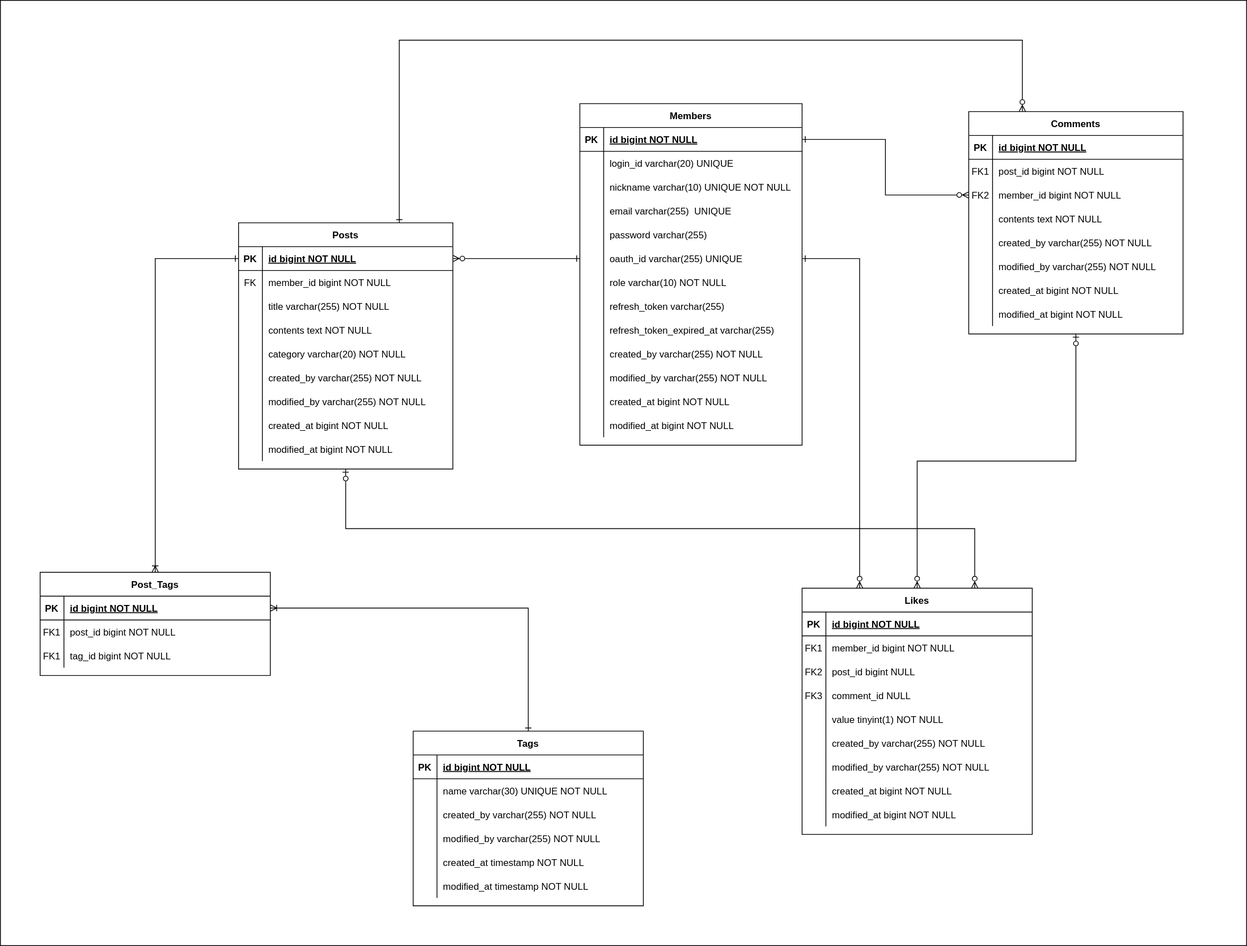
leesh5000/DevLab-BE keeps this draw.io diagram as document/erd.svg. Above is the earlier version. Source tidied: cells renumbered, new cells last; positions are measured from the earlier drawing's top-left corner, leaving out a move shared by most shapes.
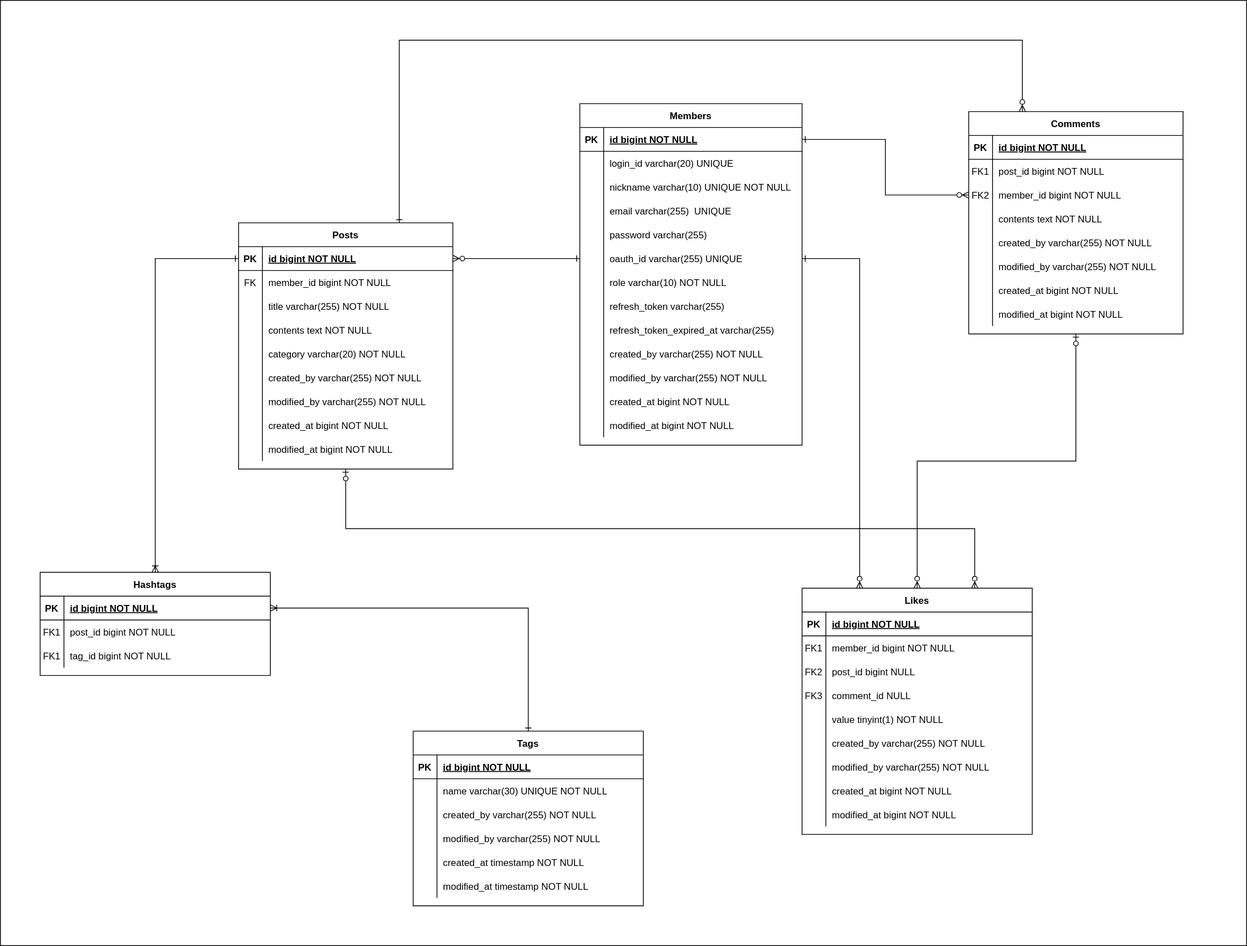
The same file after the commit.

The edit, as a diff of the source:
```diff
@@ -454,7 +454,7 @@
     <mxCell id="150" style="edgeStyle=orthogonalEdgeStyle;rounded=0;jettySize=auto;html=1;entryX=0;entryY=0.5;entryDx=0;entryDy=0;startArrow=ERoneToMany;startFill=0;endArrow=ERone;endFill=0;" parent="1" edge="1" source="151" target="45">
       <mxGeometry relative="1" as="geometry" />
     </mxCell>
-    <mxCell id="151" value="Post_Tags" style="shape=table;startSize=30;rowLines=0;fontStyle=1;align=center;" parent="1" vertex="1">
+    <mxCell id="151" value="Hashtags" style="shape=table;startSize=30;rowLines=0;fontStyle=1;align=center;" parent="1" vertex="1">
       <mxGeometry x="50" y="720" width="290" height="130" as="geometry" />
     </mxCell>
     <mxCell id="152" style="shape=partialRectangle;fillColor=none;points=[[0,0.5],[1,0.5]];portConstraint=eastwest;top=0;left=0;right=0;bottom=1;" parent="151" vertex="1">
```
